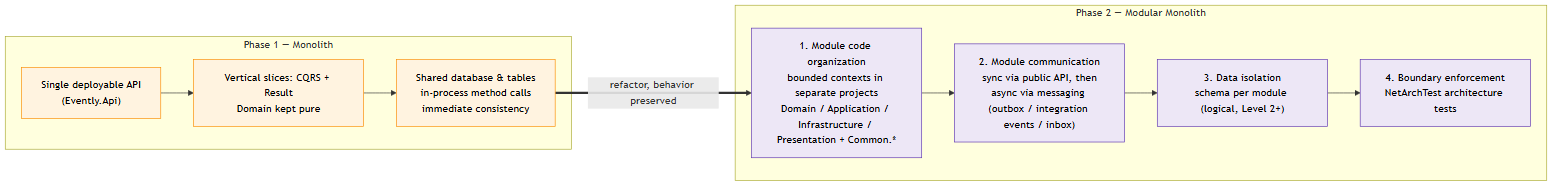
Above: docs/images/phase-roadmap.png in vishipayyallore/evently-engineering (Mermaid), before the change. Its source is kept beside it as docs/mermaid-diagrams/phase-roadmap.mmd. Its diagram source:
```mermaid
flowchart LR
    subgraph P1["Phase 1 — Monolith"]
        direction TB
        A["Single deployable API<br/>(Evently.Api)"]
        B["Vertical slices: CQRS + Result<br/>Domain kept pure"]
        C["Shared database & tables<br/>in-process method calls<br/>immediate consistency"]
        A --> B --> C
    end

    subgraph P2["Phase 2 — Modular Monolith"]
        direction TB
        D["1. Module code organization<br/>bounded contexts in separate projects<br/>Domain / Application / Infrastructure / Presentation + Common.*"]
        E["2. Module communication<br/>sync via public API, then<br/>async via messaging (outbox / integration events / inbox)"]
        F["3. Data isolation<br/>schema per module (logical, Level 2+)"]
        G["4. Boundary enforcement<br/>NetArchTest architecture tests"]
        D --> E --> F --> G
    end

    C ==>|"refactor, behavior preserved"| D

    classDef phase1 fill:#FFF3E0,stroke:#FB8C00,color:#000;
    classDef phase2 fill:#EDE7F6,stroke:#5E35B1,color:#000;
    class A,B,C phase1;
    class D,E,F,G phase2;
```
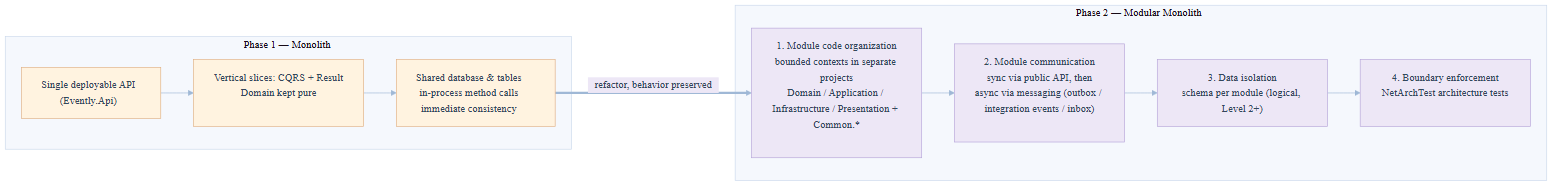
The same diagram one commit later.

Diff of the diagram source:
```diff
@@ -1,3 +1,22 @@
+---
+config:
+  theme: base
+  themeVariables:
+    primaryColor: "#EAF1FB"
+    primaryBorderColor: "#B7CDE8"
+    primaryTextColor: "#33475B"
+    lineColor: "#9FB8D6"
+    secondaryColor: "#EDE7F6"
+    secondaryBorderColor: "#C6BCE0"
+    tertiaryColor: "#E8F5E9"
+    tertiaryBorderColor: "#BBD9BE"
+    clusterBkg: "#F5F8FD"
+    clusterBorder: "#CBD9EC"
+    noteBkgColor: "#FFF8E1"
+    noteBorderColor: "#EAD9A0"
+    messageTextColor: "#5B6B7B"
+    fontFamily: "Segoe UI, Roboto, Helvetica, Arial, sans-serif"
+---
 flowchart LR
     subgraph P1["Phase 1 — Monolith"]
         direction TB
@@ -18,7 +37,7 @@
 
     C ==>|"refactor, behavior preserved"| D
 
-    classDef phase1 fill:#FFF3E0,stroke:#FB8C00,color:#000;
-    classDef phase2 fill:#EDE7F6,stroke:#5E35B1,color:#000;
+    classDef phase1 fill:#FFF3E0,stroke:#E0B084,color:#33475B;
+    classDef phase2 fill:#EDE7F6,stroke:#B7A6D9,color:#33475B;
     class A,B,C phase1;
     class D,E,F,G phase2;
```
